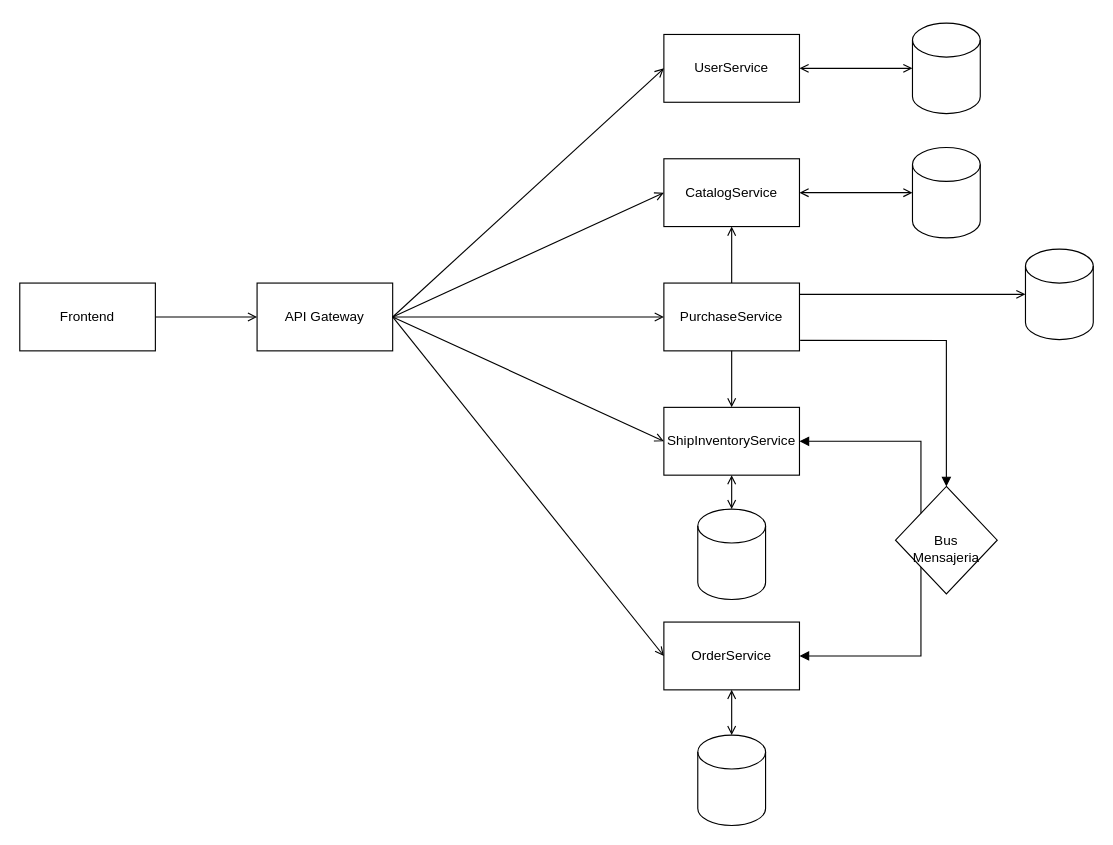
Earlier version of the draw.io diagram Arquitecthure.drawio (PabloCarrascoVazquez/ProyectoASEE). Source tidied: cells renumbered, new cells numbered last; positions are measured from the earlier drawing's top-left corner, leaving out a move shared by most shapes. Both pictures are drawn from the tidied source at 113%, with x=0, y=0 at pixel (19, 23).
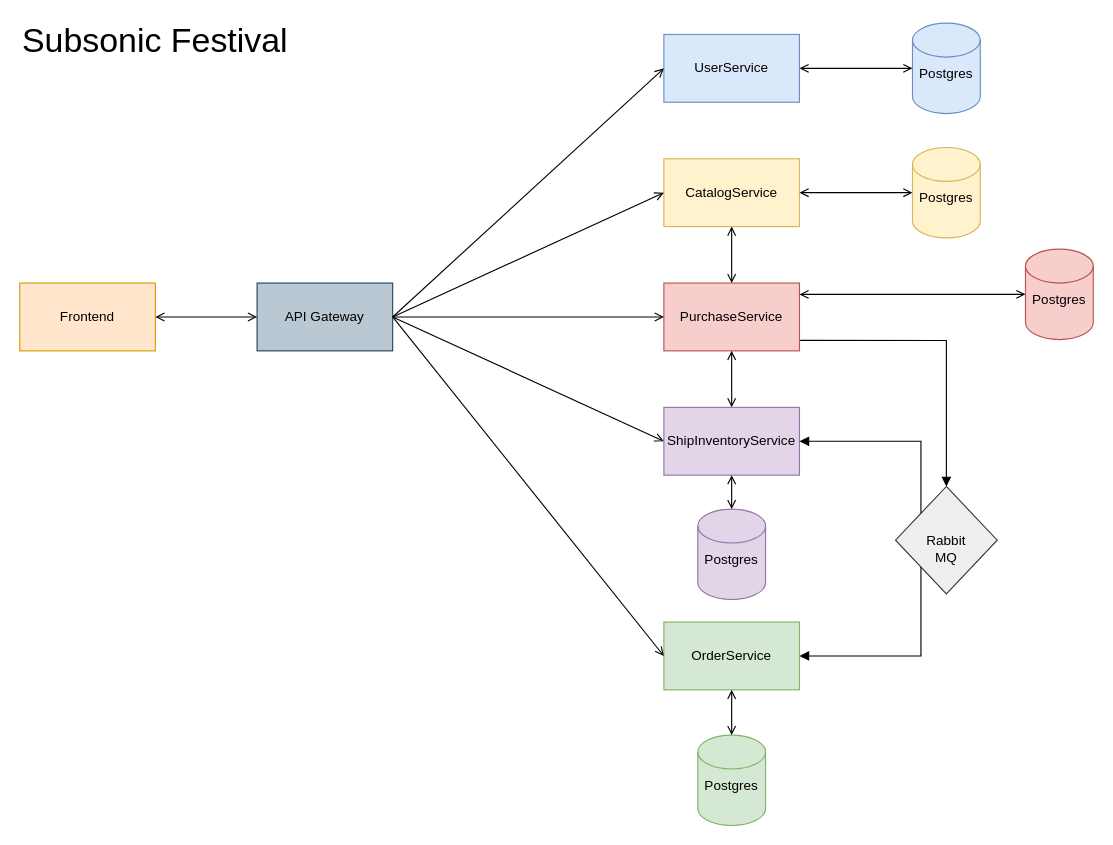
After the change.

Change to the diagram source:
```diff
@@
-    <mxCell id="2" value="API Gateway" style="rounded=0;whiteSpace=wrap;html=1;" parent="1" vertex="1">
+    <mxCell id="2" value="API Gateway" style="rounded=0;whiteSpace=wrap;html=1;fillColor=#bac8d3;strokeColor=#23445d;" parent="1" vertex="1">
       <mxGeometry x="210" y="230" width="120" height="60" as="geometry" />
     </mxCell>
-    <mxCell id="3" value="UserService" style="rounded=0;whiteSpace=wrap;html=1;" parent="1" vertex="1">
+    <mxCell id="3" value="UserService" style="rounded=0;whiteSpace=wrap;html=1;fillColor=#dae8fc;strokeColor=#6c8ebf;" parent="1" vertex="1">
       <mxGeometry x="570" y="10" width="120" height="60" as="geometry" />
     </mxCell>
-    <mxCell id="4" value="PurchaseService" style="rounded=0;whiteSpace=wrap;html=1;" parent="1" vertex="1">
+    <mxCell id="4" value="PurchaseService" style="rounded=0;whiteSpace=wrap;html=1;fillColor=#f8cecc;strokeColor=#b85450;" parent="1" vertex="1">
       <mxGeometry x="570" y="230" width="120" height="60" as="geometry" />
     </mxCell>
-    <mxCell id="5" value="CatalogService" style="rounded=0;whiteSpace=wrap;html=1;" parent="1" vertex="1">
+    <mxCell id="5" value="CatalogService" style="rounded=0;whiteSpace=wrap;html=1;fillColor=#fff2cc;strokeColor=#d6b656;" parent="1" vertex="1">
       <mxGeometry x="570" y="120" width="120" height="60" as="geometry" />
     </mxCell>
-    <mxCell id="6" value="OrderService" style="rounded=0;whiteSpace=wrap;html=1;" parent="1" vertex="1">
+    <mxCell id="6" value="OrderService" style="rounded=0;whiteSpace=wrap;html=1;fillColor=#d5e8d4;strokeColor=#82b366;" parent="1" vertex="1">
       <mxGeometry x="570" y="530" width="120" height="60" as="geometry" />
     </mxCell>
-    <mxCell id="7" value="ShipInventoryService" style="rounded=0;whiteSpace=wrap;html=1;" parent="1" vertex="1">
+    <mxCell id="7" value="ShipInventoryService" style="rounded=0;whiteSpace=wrap;html=1;fillColor=#e1d5e7;strokeColor=#9673a6;" parent="1" vertex="1">
       <mxGeometry x="570" y="340" width="120" height="60" as="geometry" />
     </mxCell>
-    <mxCell id="8" style="shape=cylinder3;whiteSpace=wrap;html=1;boundedLbl=1;backgroundOutline=1;size=15;" parent="1" vertex="1">
+    <mxCell id="8" style="shape=cylinder3;whiteSpace=wrap;html=1;boundedLbl=1;backgroundOutline=1;size=15;fillColor=#f8cecc;strokeColor=#b85450;" parent="1" vertex="1">
       <mxGeometry x="890" y="200" width="60" height="80" as="geometry" />
     </mxCell>
-    <mxCell id="9" style="shape=cylinder3;whiteSpace=wrap;html=1;boundedLbl=1;backgroundOutline=1;size=15;" parent="1" vertex="1">
+    <mxCell id="9" style="shape=cylinder3;whiteSpace=wrap;html=1;boundedLbl=1;backgroundOutline=1;size=15;fillColor=#dae8fc;strokeColor=#6c8ebf;" parent="1" vertex="1">
       <mxGeometry x="790" width="60" height="80" as="geometry" />
     </mxCell>
-    <mxCell id="10" style="shape=cylinder3;whiteSpace=wrap;html=1;boundedLbl=1;backgroundOutline=1;size=15;" parent="1" vertex="1">
+    <mxCell id="10" style="shape=cylinder3;whiteSpace=wrap;html=1;boundedLbl=1;backgroundOutline=1;size=15;fillColor=#fff2cc;strokeColor=#d6b656;" parent="1" vertex="1">
       <mxGeometry x="790" y="110" width="60" height="80" as="geometry" />
     </mxCell>
-    <mxCell id="11" style="shape=cylinder3;whiteSpace=wrap;html=1;boundedLbl=1;backgroundOutline=1;size=15;" parent="1" vertex="1">
+    <mxCell id="11" style="shape=cylinder3;whiteSpace=wrap;html=1;boundedLbl=1;backgroundOutline=1;size=15;fillColor=#d5e8d4;strokeColor=#82b366;" parent="1" vertex="1">
       <mxGeometry x="600" y="630" width="60" height="80" as="geometry" />
     </mxCell>
-    <mxCell id="12" style="shape=cylinder3;whiteSpace=wrap;html=1;boundedLbl=1;backgroundOutline=1;size=15;" parent="1" vertex="1">
+    <mxCell id="12" style="shape=cylinder3;whiteSpace=wrap;html=1;boundedLbl=1;backgroundOutline=1;size=15;fillColor=#e1d5e7;strokeColor=#9673a6;" parent="1" vertex="1">
       <mxGeometry x="600" y="430" width="60" height="80" as="geometry" />
     </mxCell>
-    <mxCell id="13" value="&lt;div&gt;&lt;br&gt;&lt;/div&gt;&lt;div&gt;Bus&lt;/div&gt;&lt;div&gt;Mensajeria&lt;/div&gt;" style="rhombus;whiteSpace=wrap;html=1;shapeInside=1;" parent="1" vertex="1">
+    <mxCell id="13" value="&lt;div&gt;&lt;br&gt;&lt;/div&gt;&lt;div&gt;Rabbit&lt;/div&gt;&lt;div&gt;MQ&lt;/div&gt;" style="rhombus;whiteSpace=wrap;html=1;shapeInside=1;fillColor=#eeeeee;strokeColor=#36393d;" parent="1" vertex="1">
       <mxGeometry x="775" y="410" width="90" height="95" as="geometry" />
     </mxCell>
@@
-    <mxCell id="23" style="endArrow=open;html=1;rounded=0;entryX=0.5;entryY=1;entryDx=0;entryDy=0;exitX=0.5;exitY=0;exitDx=0;exitDy=0;startArrow=none;startFill=0;endFill=0;" parent="1" edge="1" source="4" target="5">
+    <mxCell id="23" style="endArrow=open;html=1;rounded=0;entryX=0.5;entryY=1;entryDx=0;entryDy=0;exitX=0.5;exitY=0;exitDx=0;exitDy=0;startArrow=open;startFill=0;endFill=0;" parent="1" edge="1" source="4" target="5">
       <mxGeometry relative="1" as="geometry" />
     </mxCell>
-    <mxCell id="24" style="endArrow=none;html=1;rounded=0;entryX=1;entryY=0.167;entryDx=0;entryDy=0;exitX=0;exitY=0.5;exitDx=0;exitDy=0;exitPerimeter=0;entryPerimeter=0;startArrow=open;startFill=0;" parent="1" edge="1" source="8" target="4">
+    <mxCell id="24" style="endArrow=open;html=1;rounded=0;entryX=1;entryY=0.167;entryDx=0;entryDy=0;exitX=0;exitY=0.5;exitDx=0;exitDy=0;exitPerimeter=0;entryPerimeter=0;startArrow=open;startFill=0;endFill=0;" parent="1" edge="1" source="8" target="4">
       <mxGeometry relative="1" as="geometry" />
     </mxCell>
@@
-    <mxCell id="28" value="Frontend" style="rounded=0;whiteSpace=wrap;html=1;" parent="1" vertex="1">
+    <mxCell id="28" value="Frontend" style="rounded=0;whiteSpace=wrap;html=1;fillColor=#ffe6cc;strokeColor=#d79b00;" parent="1" vertex="1">
       <mxGeometry y="230" width="120" height="60" as="geometry" />
     </mxCell>
-    <mxCell id="29" style="endArrow=open;html=1;rounded=0;exitX=1;exitY=0.5;exitDx=0;exitDy=0;entryX=0;entryY=0.5;entryDx=0;entryDy=0;endFill=0;" parent="1" edge="1" source="28" target="2">
+    <mxCell id="29" style="endArrow=open;html=1;rounded=0;exitX=1;exitY=0.5;exitDx=0;exitDy=0;entryX=0;entryY=0.5;entryDx=0;entryDy=0;endFill=0;startArrow=open;startFill=0;" parent="1" edge="1" source="28" target="2">
       <mxGeometry relative="1" as="geometry" />
     </mxCell>
-    <mxCell id="30" style="endArrow=none;html=1;rounded=0;entryX=0.5;entryY=1;entryDx=0;entryDy=0;exitX=0.5;exitY=0;exitDx=0;exitDy=0;startArrow=open;startFill=0;" parent="1" edge="1" source="7" target="4">
+    <mxCell id="30" style="endArrow=open;html=1;rounded=0;entryX=0.5;entryY=1;entryDx=0;entryDy=0;exitX=0.5;exitY=0;exitDx=0;exitDy=0;startArrow=open;startFill=0;endFill=0;" parent="1" edge="1" source="7" target="4">
       <mxGeometry relative="1" as="geometry" />
     </mxCell>
+    <mxCell id="31" value="Postgres" style="text;html=1;whiteSpace=wrap;strokeColor=none;fillColor=none;align=center;verticalAlign=middle;rounded=0;" parent="1" vertex="1">
+      <mxGeometry x="600" y="460" width="60" height="30" as="geometry" />
+    </mxCell>
+    <mxCell id="32" value="Postgres" style="text;html=1;whiteSpace=wrap;strokeColor=none;fillColor=none;align=center;verticalAlign=middle;rounded=0;" parent="1" vertex="1">
+      <mxGeometry x="890" y="230" width="60" height="30" as="geometry" />
+    </mxCell>
+    <mxCell id="33" value="Postgres" style="text;html=1;whiteSpace=wrap;strokeColor=none;fillColor=none;align=center;verticalAlign=middle;rounded=0;" parent="1" vertex="1">
+      <mxGeometry x="600" y="660" width="60" height="30" as="geometry" />
+    </mxCell>
+    <mxCell id="34" value="Postgres" style="text;html=1;whiteSpace=wrap;strokeColor=none;fillColor=none;align=center;verticalAlign=middle;rounded=0;" parent="1" vertex="1">
+      <mxGeometry x="790" y="140" width="60" height="30" as="geometry" />
+    </mxCell>
+    <mxCell id="35" value="Postgres" style="text;html=1;whiteSpace=wrap;strokeColor=none;fillColor=none;align=center;verticalAlign=middle;rounded=0;" parent="1" vertex="1">
+      <mxGeometry x="790" y="30" width="60" height="30" as="geometry" />
+    </mxCell>
+    <mxCell id="36" value="&lt;font style=&quot;font-size: 30px;&quot;&gt;Subsonic Festival&lt;/font&gt;" style="text;html=1;whiteSpace=wrap;strokeColor=none;fillColor=none;align=center;verticalAlign=middle;rounded=0;" parent="1" vertex="1">
+      <mxGeometry width="240" height="30" as="geometry" />
+    </mxCell>
```
